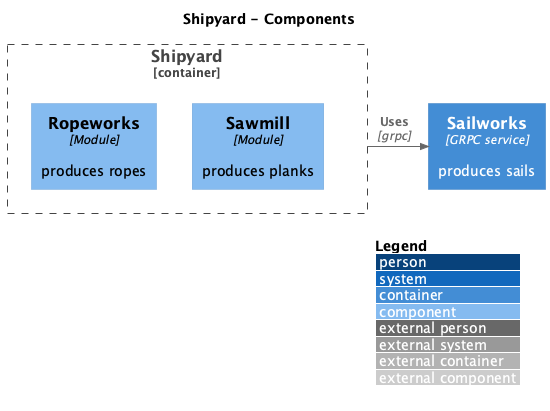
This is modular-monolith/docs/C4_Component.png from mateuszmidor/GoStudy, a PlantUML export, as it was before one commit. The source it was exported from:
```plantuml
@startuml
!include https://raw.githubusercontent.com/plantuml-stdlib/C4-PlantUML/master/C4_Component.puml

LAYOUT_WITH_LEGEND()

title Shipyard - Components

Container_Boundary(Shipyard, "Shipyard") {
    Component(ropeworks, "Ropeworks", "Module", "produces ropes")
    Component(sawmill, "Sawmill", "Module", "produces planks")
}
Container(Sailworks, "Sailworks", "GRPC service", "produces sails")
Rel_Neighbor(Shipyard, Sailworks, "Uses", "grpc")
@enduml
```
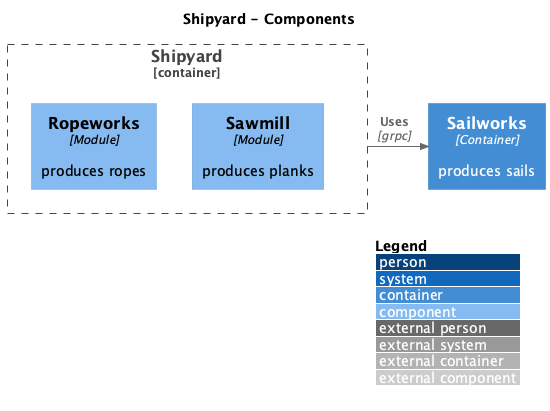
After the change.

Diff of the diagram source:
```diff
@@ -9,6 +9,6 @@
     Component(ropeworks, "Ropeworks", "Module", "produces ropes")
     Component(sawmill, "Sawmill", "Module", "produces planks")
 }
-Container(Sailworks, "Sailworks", "GRPC service", "produces sails")
+Container(Sailworks, "Sailworks", "Container", "produces sails")
 Rel_Neighbor(Shipyard, Sailworks, "Uses", "grpc")
 @enduml
```
